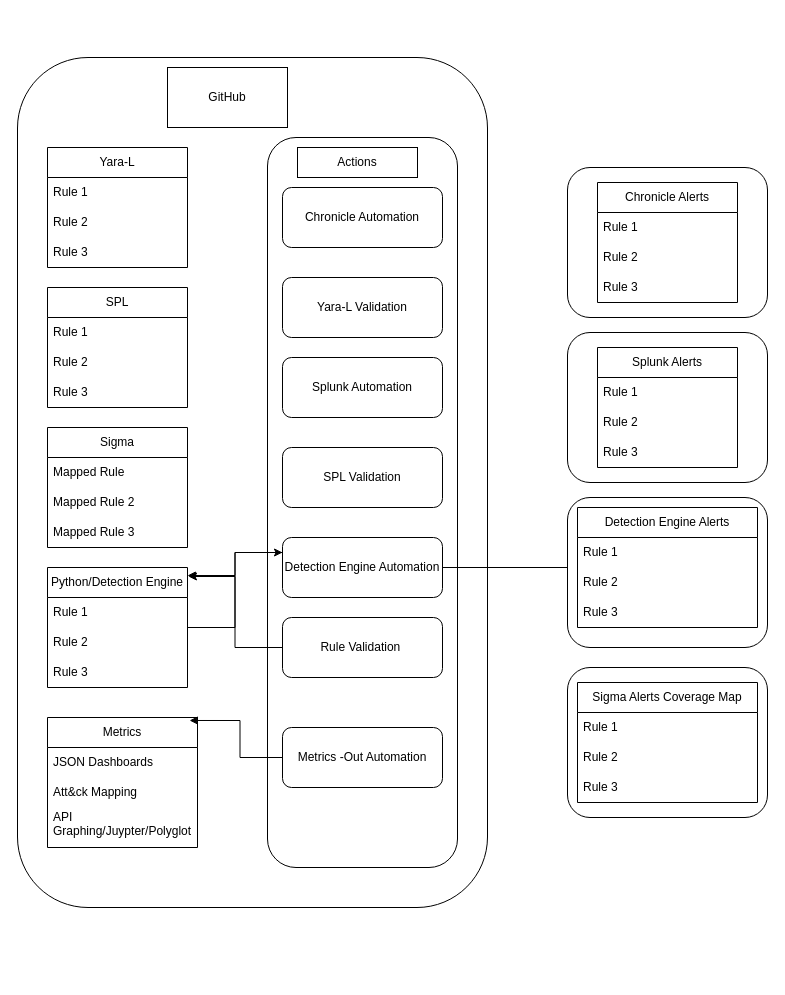
Above: Untitled Diagram.drawio in Xp101T7/All_Small_Things (draw.io), before the change. Source tidied: cells renumbered, new cells numbered last; positions are measured from the earlier drawing's top-left corner, leaving out a move shared by most shapes. Both pictures are drawn from the tidied source at 100%, with x=0, y=0 at pixel (17, 57).
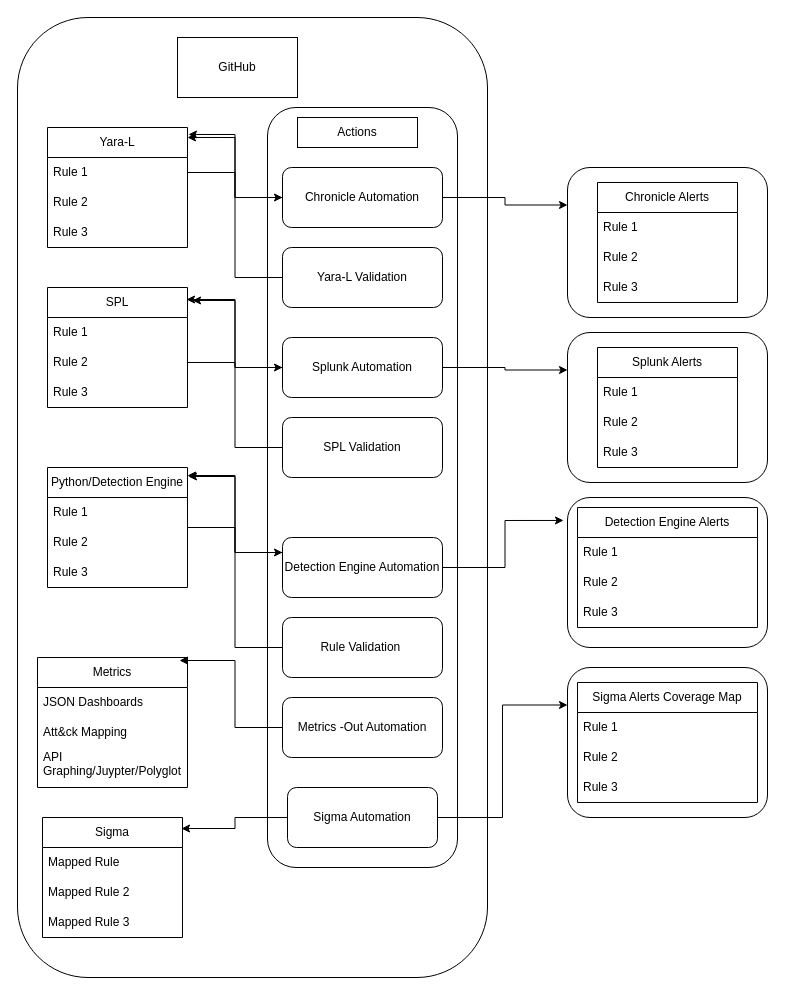
The same page after the edit.

Unchanged cells that the change refers to:
```xml
<mxCell id="3" style="rounded=1;whiteSpace=wrap;html=1;" parent="1" vertex="1">
  <mxGeometry x="550" y="110" width="200" height="150" as="geometry" />
</mxCell>
<mxCell id="9" value="Rule 1" style="text;strokeColor=none;fillColor=none;align=left;verticalAlign=middle;spacingLeft=4;spacingRight=4;overflow=hidden;points=[[0,0.5],[1,0.5]];portConstraint=eastwest;whiteSpace=wrap;html=1;" parent="8" vertex="1">
  <mxGeometry y="30" width="140" height="30" as="geometry" />
</mxCell>
<mxCell id="12" value="SPL" style="swimlane;fontStyle=0;horizontal=1;startSize=30;whiteSpace=wrap;html=1;" parent="1" vertex="1">
  <mxGeometry x="30" y="230" width="140" height="120" as="geometry" />
</mxCell>
<mxCell id="14" value="Rule 2" style="text;strokeColor=none;fillColor=none;align=left;verticalAlign=middle;spacingLeft=4;spacingRight=4;overflow=hidden;points=[[0,0.5],[1,0.5]];portConstraint=eastwest;whiteSpace=wrap;html=1;" parent="12" vertex="1">
  <mxGeometry y="60" width="140" height="30" as="geometry" />
</mxCell>
<mxCell id="33" value="Detection Engine Automation" style="rounded=1;whiteSpace=wrap;html=1;" parent="1" vertex="1">
  <mxGeometry x="265" y="480" width="160" height="60" as="geometry" />
</mxCell>
<mxCell id="35" style="rounded=1;whiteSpace=wrap;html=1;" parent="1" vertex="1">
  <mxGeometry x="550" y="440" width="200" height="150" as="geometry" />
</mxCell>
<mxCell id="36" style="rounded=1;whiteSpace=wrap;html=1;" parent="1" vertex="1">
  <mxGeometry x="550" y="275" width="200" height="150" as="geometry" />
</mxCell>
<mxCell id="37" style="rounded=1;whiteSpace=wrap;html=1;" parent="1" vertex="1">
  <mxGeometry x="550" y="610" width="200" height="150" as="geometry" />
</mxCell>
<mxCell id="48" value="Detection Engine Alerts" style="swimlane;fontStyle=0;horizontal=1;startSize=30;whiteSpace=wrap;html=1;" parent="1" vertex="1">
  <mxGeometry x="560" y="450" width="180" height="120" as="geometry" />
</mxCell>
```

Change to the diagram source:
```diff
@@
     <mxCell id="2" style="rounded=1;whiteSpace=wrap;html=1;" parent="1" vertex="1">
-      <mxGeometry width="470" height="850" as="geometry" />
+      <mxGeometry y="-40" width="470" height="960" as="geometry" />
     </mxCell>
@@
     <mxCell id="4" style="rounded=1;whiteSpace=wrap;html=1;" parent="1" vertex="1">
-      <mxGeometry x="250" y="80" width="190" height="730" as="geometry" />
+      <mxGeometry x="250" y="50" width="190" height="760" as="geometry" />
     </mxCell>
+    <mxCell id="58" style="edgeStyle=orthogonalEdgeStyle;rounded=0;jettySize=auto;html=1;entryX=0;entryY=0.25;entryDx=0;entryDy=0;" parent="1" edge="1" source="5" target="3">
+      <mxGeometry relative="1" as="geometry" />
+    </mxCell>
     <mxCell id="5" value="Chronicle Automation" style="rounded=1;whiteSpace=wrap;html=1;" parent="1" vertex="1">
-      <mxGeometry x="265" y="130" width="160" height="60" as="geometry" />
+      <mxGeometry x="265" y="110" width="160" height="60" as="geometry" />
     </mxCell>
     <mxCell id="6" value="Yara-L Validation" style="rounded=1;whiteSpace=wrap;html=1;" parent="1" vertex="1">
-      <mxGeometry x="265" y="220" width="160" height="60" as="geometry" />
+      <mxGeometry x="265" y="190" width="160" height="60" as="geometry" />
     </mxCell>
     <mxCell id="7" value="Metrics -Out Automation" style="rounded=1;whiteSpace=wrap;html=1;" parent="1" vertex="1">
-      <mxGeometry x="265" y="670" width="160" height="60" as="geometry" />
+      <mxGeometry x="265" y="640" width="160" height="60" as="geometry" />
     </mxCell>
     <mxCell id="8" value="Yara-L" style="swimlane;fontStyle=0;horizontal=1;startSize=30;whiteSpace=wrap;html=1;" parent="1" vertex="1">
-      <mxGeometry x="30" y="90" width="140" height="120" as="geometry" />
+      <mxGeometry x="30" y="70" width="140" height="120" as="geometry" />
     </mxCell>
@@
     <mxCell id="16" value="Sigma" style="swimlane;fontStyle=0;horizontal=1;startSize=30;whiteSpace=wrap;html=1;" parent="1" vertex="1">
-      <mxGeometry x="30" y="370" width="140" height="120" as="geometry" />
+      <mxGeometry x="25" y="760" width="140" height="120" as="geometry" />
     </mxCell>
@@
     <mxCell id="21" value="Python/Detection Engine" style="swimlane;fontStyle=0;horizontal=1;startSize=30;whiteSpace=wrap;html=1;" parent="1" vertex="1">
-      <mxGeometry x="30" y="510" width="140" height="120" as="geometry" />
+      <mxGeometry x="30" y="410" width="140" height="120" as="geometry" />
     </mxCell>
@@
     <mxCell id="25" value="Metrics" style="swimlane;fontStyle=0;horizontal=1;startSize=30;whiteSpace=wrap;html=1;" parent="1" vertex="1">
-      <mxGeometry x="30" y="660" width="150" height="130" as="geometry" />
+      <mxGeometry x="20" y="600" width="150" height="130" as="geometry" />
     </mxCell>
@@
+    <mxCell id="59" style="edgeStyle=orthogonalEdgeStyle;rounded=0;jettySize=auto;html=1;entryX=0;entryY=0.25;entryDx=0;entryDy=0;" parent="1" edge="1" source="30" target="36">
+      <mxGeometry relative="1" as="geometry" />
+    </mxCell>
     <mxCell id="30" value="Splunk Automation" style="rounded=1;whiteSpace=wrap;html=1;" parent="1" vertex="1">
-      <mxGeometry x="265" y="300" width="160" height="60" as="geometry" />
+      <mxGeometry x="265" y="280" width="160" height="60" as="geometry" />
     </mxCell>
     <mxCell id="31" value="SPL Validation" style="rounded=1;whiteSpace=wrap;html=1;" parent="1" vertex="1">
-      <mxGeometry x="265" y="390" width="160" height="60" as="geometry" />
+      <mxGeometry x="265" y="360" width="160" height="60" as="geometry" />
     </mxCell>
-    <mxCell id="32" style="edgeStyle=orthogonalEdgeStyle;rounded=0;jettySize=auto;html=1;" parent="1" edge="1" source="33" target="48">
-      <mxGeometry relative="1" as="geometry" />
-    </mxCell>
@@
     <mxCell id="38" value="GitHub" style="rounded=0;whiteSpace=wrap;html=1;" parent="1" vertex="1">
-      <mxGeometry x="150" y="10" width="120" height="60" as="geometry" />
+      <mxGeometry x="160" y="-20" width="120" height="60" as="geometry" />
     </mxCell>
     <mxCell id="39" value="Actions" style="rounded=0;whiteSpace=wrap;html=1;" parent="1" vertex="1">
-      <mxGeometry x="280" y="90" width="120" height="30" as="geometry" />
+      <mxGeometry x="280" y="60" width="120" height="30" as="geometry" />
     </mxCell>
@@
+    <mxCell id="60" style="edgeStyle=orthogonalEdgeStyle;rounded=0;jettySize=auto;html=1;entryX=1.036;entryY=0.108;entryDx=0;entryDy=0;entryPerimeter=0;" parent="1" edge="1" source="30" target="12">
+      <mxGeometry relative="1" as="geometry" />
+    </mxCell>
+    <mxCell id="61" style="edgeStyle=orthogonalEdgeStyle;rounded=0;jettySize=auto;html=1;" parent="1" edge="1" source="14" target="30">
+      <mxGeometry relative="1" as="geometry" />
+    </mxCell>
+    <mxCell id="62" style="edgeStyle=orthogonalEdgeStyle;rounded=0;jettySize=auto;html=1;entryX=0.993;entryY=0.1;entryDx=0;entryDy=0;entryPerimeter=0;" parent="1" edge="1" source="31" target="12">
+      <mxGeometry relative="1" as="geometry" />
+    </mxCell>
+    <mxCell id="63" style="edgeStyle=orthogonalEdgeStyle;rounded=0;jettySize=auto;html=1;entryX=1.007;entryY=0.058;entryDx=0;entryDy=0;entryPerimeter=0;" parent="1" edge="1" source="5" target="8">
+      <mxGeometry relative="1" as="geometry" />
+    </mxCell>
+    <mxCell id="64" style="edgeStyle=orthogonalEdgeStyle;rounded=0;jettySize=auto;html=1;" parent="1" edge="1" source="9" target="5">
+      <mxGeometry relative="1" as="geometry" />
+    </mxCell>
+    <mxCell id="65" style="edgeStyle=orthogonalEdgeStyle;rounded=0;jettySize=auto;html=1;entryX=1;entryY=0.083;entryDx=0;entryDy=0;entryPerimeter=0;" parent="1" edge="1" source="6" target="8">
+      <mxGeometry relative="1" as="geometry" />
+    </mxCell>
+    <mxCell id="66" style="edgeStyle=orthogonalEdgeStyle;rounded=0;jettySize=auto;html=1;entryX=0;entryY=0.25;entryDx=0;entryDy=0;" parent="1" edge="1" source="67" target="37">
+      <mxGeometry relative="1" as="geometry" />
+    </mxCell>
+    <mxCell id="67" value="Sigma Automation" style="rounded=1;whiteSpace=wrap;html=1;" parent="1" vertex="1">
+      <mxGeometry x="270" y="730" width="150" height="60" as="geometry" />
+    </mxCell>
+    <mxCell id="68" style="edgeStyle=orthogonalEdgeStyle;rounded=0;jettySize=auto;html=1;entryX=0.993;entryY=0.092;entryDx=0;entryDy=0;entryPerimeter=0;" parent="1" edge="1" source="67" target="16">
+      <mxGeometry relative="1" as="geometry" />
+    </mxCell>
+    <mxCell id="69" style="edgeStyle=orthogonalEdgeStyle;rounded=0;jettySize=auto;html=1;entryX=-0.02;entryY=0.153;entryDx=0;entryDy=0;entryPerimeter=0;" parent="1" edge="1" source="33" target="35">
+      <mxGeometry relative="1" as="geometry" />
+    </mxCell>
```
